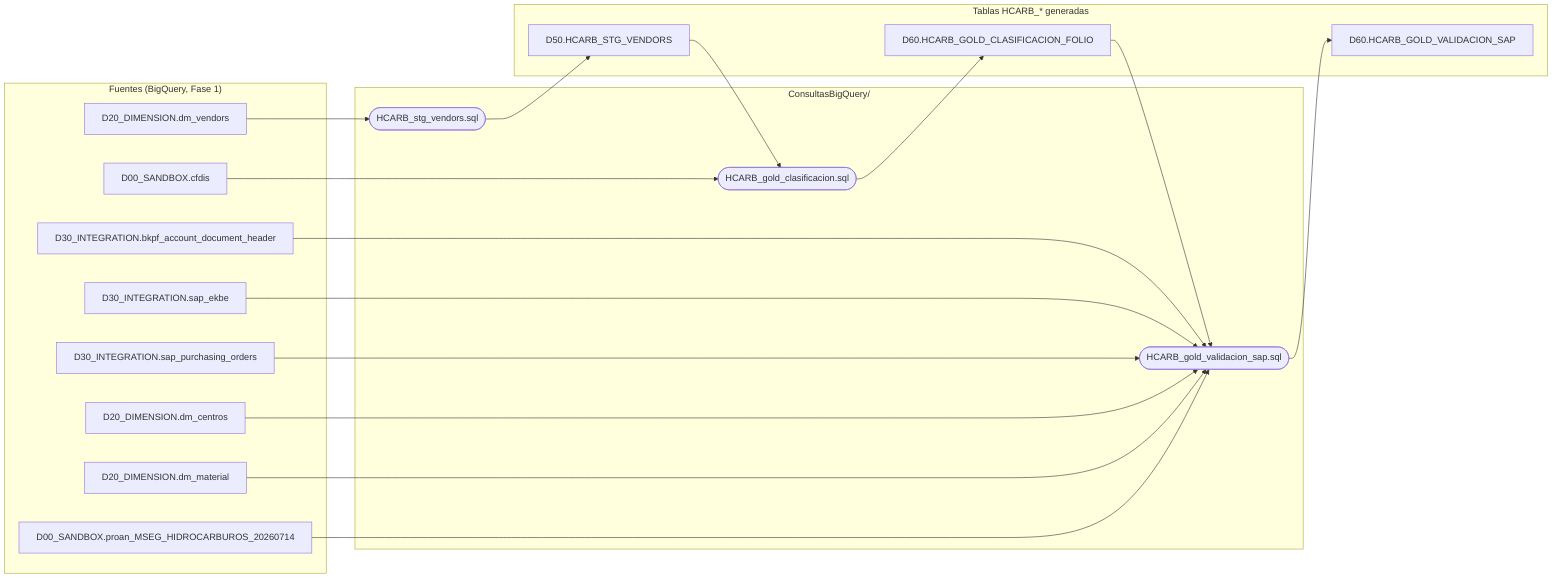
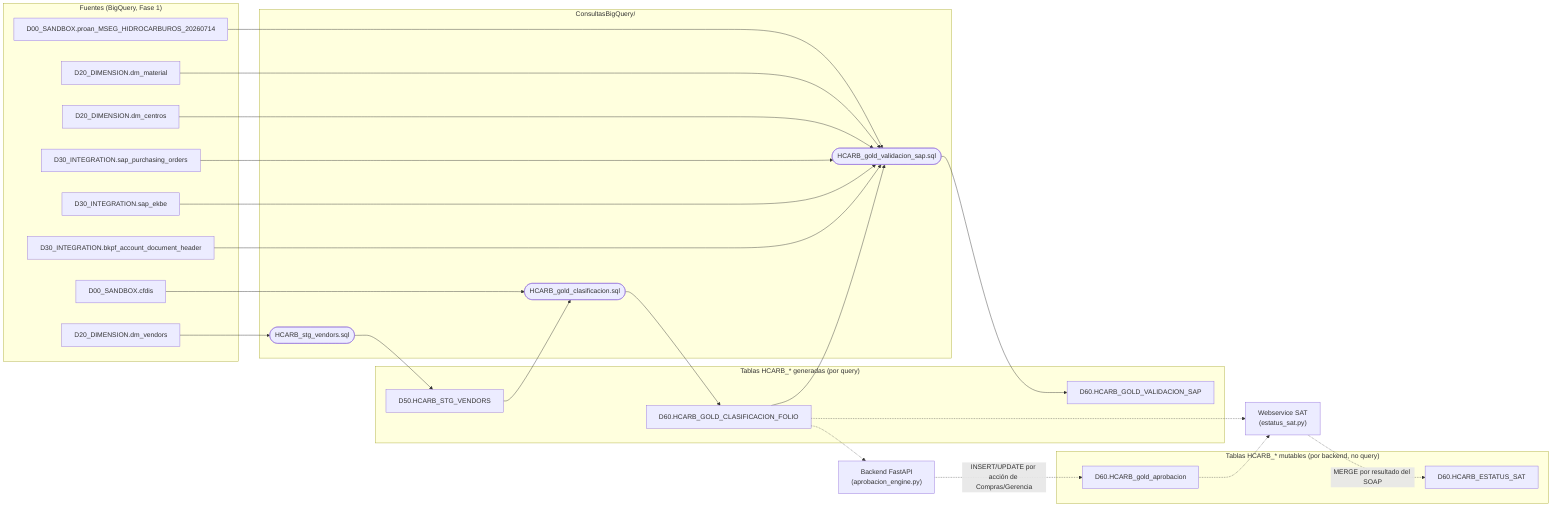
flowchart LR
    subgraph Fuentes["Fuentes (BigQuery, Fase 1)"]
        dm_vendors["D20_DIMENSION.dm_vendors"]
        cfdis["D00_SANDBOX.cfdis"]
        bkpf["D30_INTEGRATION.bkpf_account_document_header"]
        ekbe["D30_INTEGRATION.sap_ekbe"]
        po["D30_INTEGRATION.sap_purchasing_orders"]
        centros["D20_DIMENSION.dm_centros"]
        material["D20_DIMENSION.dm_material"]
        mseg["D00_SANDBOX.proan_MSEG_HIDROCARBUROS_20260714"]
    end

    subgraph Queries["ConsultasBigQuery/"]
        q1(["HCARB_stg_vendors.sql"])
        q2(["HCARB_gold_clasificacion.sql"])
        q3(["HCARB_gold_validacion_sap.sql"])
    end

-     subgraph Tablas["Tablas HCARB_* generadas"]
+     subgraph Tablas["Tablas HCARB_* generadas (por query)"]
        stg_vendors["D50.HCARB_STG_VENDORS"]
        gold_folio["D60.HCARB_GOLD_CLASIFICACION_FOLIO"]
        gold_sap["D60.HCARB_GOLD_VALIDACION_SAP"]
    end
+ 
+     subgraph Mutables["Tablas HCARB_* mutables (por backend, no query)"]
+         gold_aprob["D60.HCARB_gold_aprobacion"]
+         estatus_sat["D60.HCARB_ESTATUS_SAT"]
+     end
+ 
+     backend["Backend FastAPI<br/>(aprobacion_engine.py)"]
+     webservice["Webservice SAT<br/>(estatus_sat.py)"]

    dm_vendors --> q1
    q1 --> stg_vendors

    cfdis --> q2
    stg_vendors --> q2
    q2 --> gold_folio

    gold_folio --> q3
    bkpf --> q3
    ekbe --> q3
    po --> q3
    centros --> q3
    material --> q3
    mseg --> q3
    q3 --> gold_sap
+ 
+     gold_folio -.-> backend
+     backend -.->|INSERT/UPDATE por acción de Compras/Gerencia| gold_aprob
+ 
+     gold_folio -.-> webservice
+     gold_aprob -.-> webservice
+     webservice -.->|MERGE por resultado del SOAP| estatus_sat
